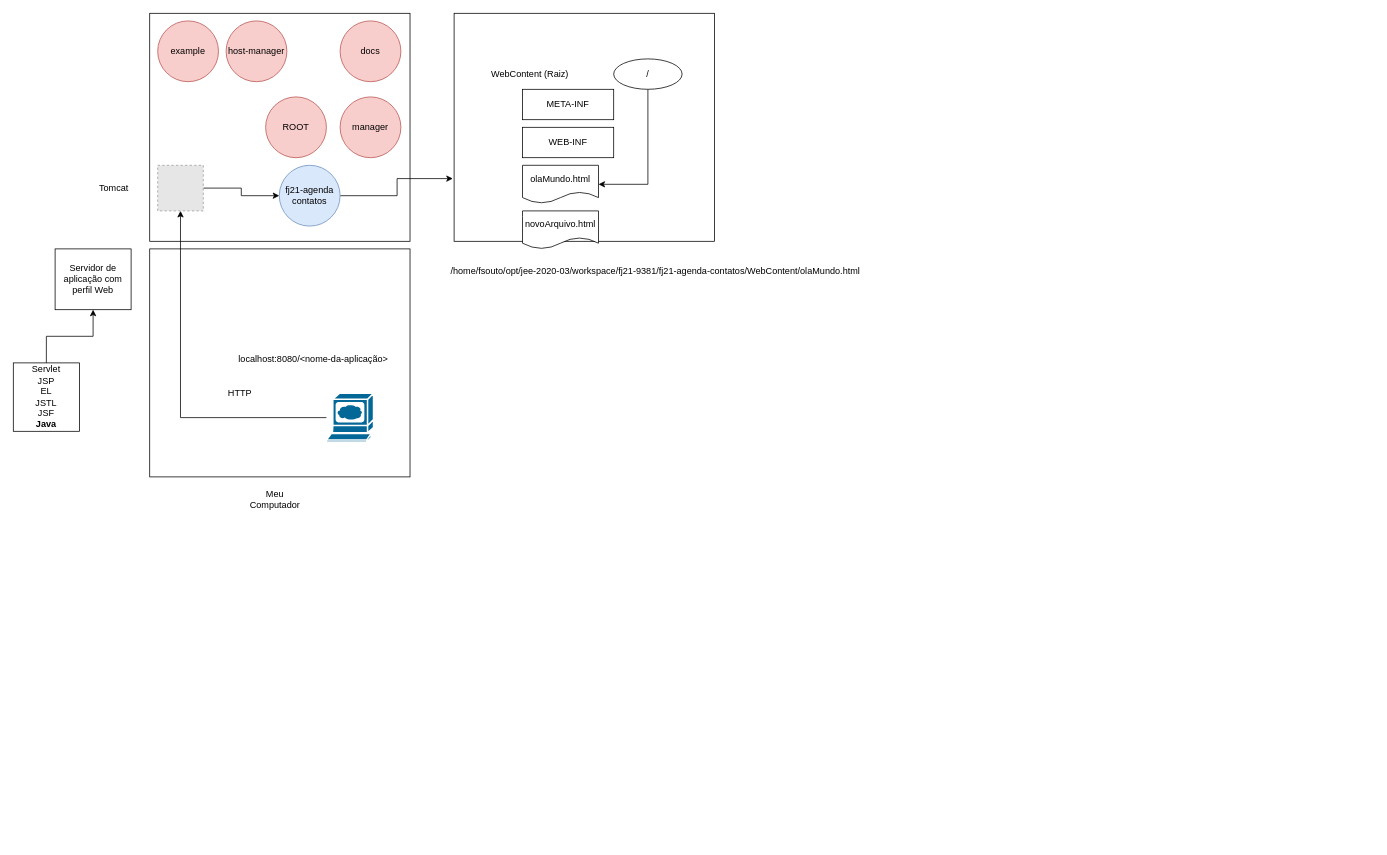
Before: Aula 2 - fj21.drawio in fllsouto/drawio, a draw.io diagram. Source tidied: cells renumbered, new cells numbered last; positions are measured from the earlier drawing's top-left corner, leaving out a move shared by most shapes. Both pictures are drawn from the tidied source at 76%, with x=0, y=0 at pixel (13, 13). Pictures stored in the file or linked from it are replaced by grey dashed boxes.
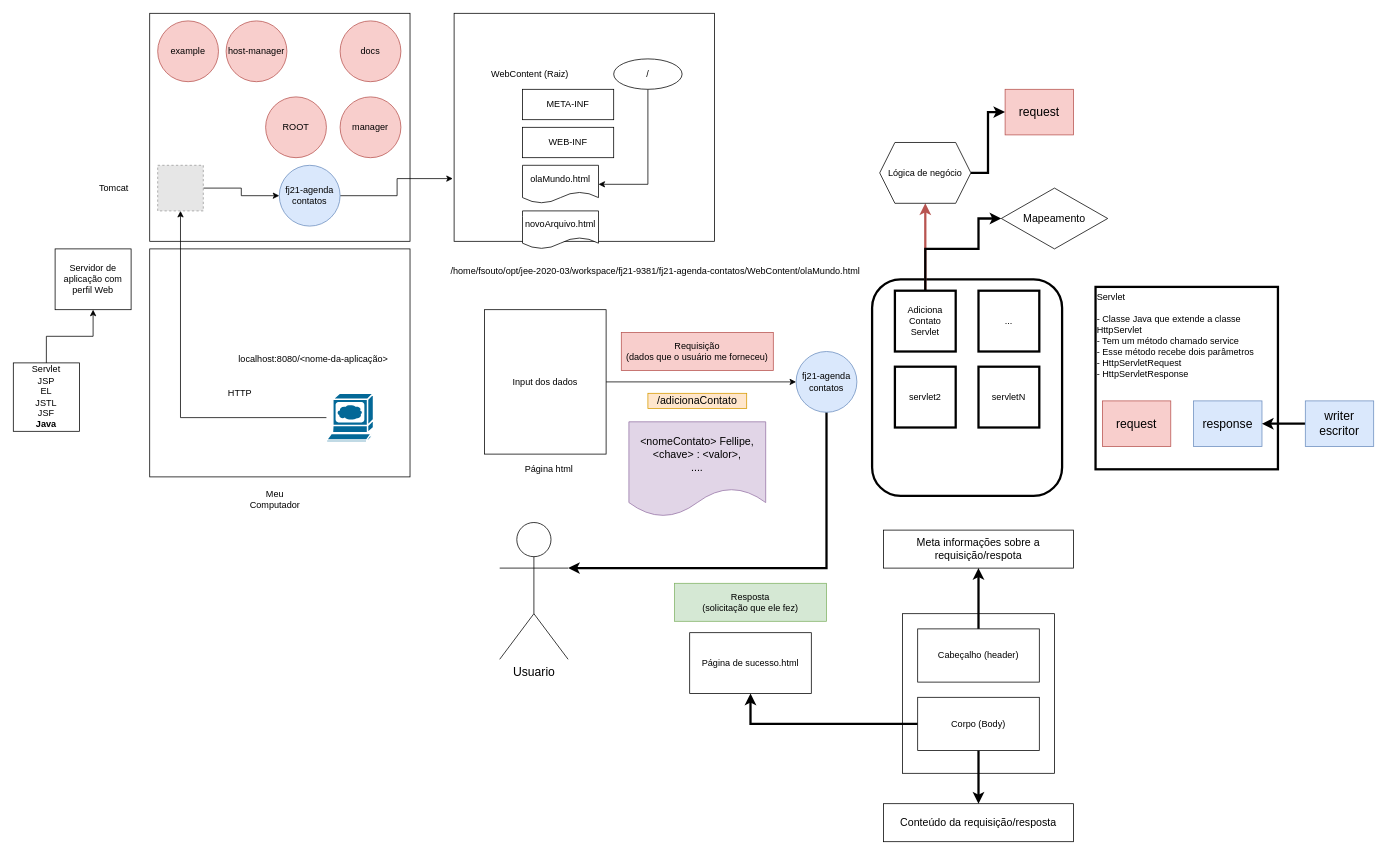
After the change.

Diff of the diagram source:
```diff
@@
+    <mxCell id="31" style="edgeStyle=orthogonalEdgeStyle;rounded=0;jettySize=auto;html=1;" parent="1" edge="1" source="32" target="35">
+      <mxGeometry relative="1" as="geometry" />
+    </mxCell>
+    <mxCell id="32" value="Input dos dados" style="rounded=0;whiteSpace=wrap;html=1;" parent="1" vertex="1">
+      <mxGeometry x="620" y="390" width="160" height="190" as="geometry" />
+    </mxCell>
+    <mxCell id="33" value="Página html&lt;br&gt;" style="text;html=1;strokeColor=none;fillColor=none;align=center;verticalAlign=middle;whiteSpace=wrap;rounded=0;" parent="1" vertex="1">
+      <mxGeometry x="660" y="590" width="90" height="20" as="geometry" />
+    </mxCell>
+    <mxCell id="34" style="edgeStyle=orthogonalEdgeStyle;rounded=0;jettySize=auto;html=1;entryX=1;entryY=0.3333333333333333;entryDx=0;entryDy=0;entryPerimeter=0;strokeWidth=3;fontSize=16;" parent="1" edge="1" source="35" target="49">
+      <mxGeometry relative="1" as="geometry">
+        <Array as="points">
+          <mxPoint x="1070" y="730" />
+        </Array>
+      </mxGeometry>
+    </mxCell>
+    <mxCell id="35" value="fj21-agenda contatos" style="ellipse;whiteSpace=wrap;html=1;fillColor=#dae8fc;strokeColor=#6c8ebf;" parent="1" vertex="1">
+      <mxGeometry x="1030" y="445" width="80" height="80" as="geometry" />
+    </mxCell>
+    <mxCell id="36" value="Requisição&lt;br&gt;(dados que o usuário me forneceu)" style="text;html=1;strokeColor=#b85450;align=center;verticalAlign=middle;whiteSpace=wrap;rounded=0;fillColor=#f8cecc;" parent="1" vertex="1">
+      <mxGeometry x="800" y="420" width="200" height="50" as="geometry" />
+    </mxCell>
+    <mxCell id="37" style="rounded=1;whiteSpace=wrap;html=1;fillColor=none;strokeWidth=3;" parent="1" vertex="1">
+      <mxGeometry x="1130" y="350" width="250" height="285" as="geometry" />
+    </mxCell>
+    <mxCell id="38" style="edgeStyle=orthogonalEdgeStyle;rounded=0;jettySize=auto;html=1;entryX=0.5;entryY=1;entryDx=0;entryDy=0;fillColor=#f8cecc;strokeColor=#b85450;strokeWidth=3;" parent="1" edge="1" source="40" target="45">
+      <mxGeometry relative="1" as="geometry" />
+    </mxCell>
+    <mxCell id="39" style="edgeStyle=orthogonalEdgeStyle;rounded=0;jettySize=auto;html=1;entryX=0;entryY=0.5;entryDx=0;entryDy=0;strokeWidth=3;fontSize=14;" parent="1" edge="1" source="40" target="61">
+      <mxGeometry relative="1" as="geometry">
+        <Array as="points">
+          <mxPoint x="1200" y="310" />
+          <mxPoint x="1270" y="310" />
+          <mxPoint x="1270" y="270" />
+        </Array>
+      </mxGeometry>
+    </mxCell>
+    <mxCell id="40" value="Adiciona&lt;br&gt;Contato&lt;br&gt;Servlet" style="whiteSpace=wrap;html=1;strokeWidth=3;fillColor=none;" parent="1" vertex="1">
+      <mxGeometry x="1160" y="365" width="80" height="80" as="geometry" />
+    </mxCell>
+    <mxCell id="41" value="servlet2" style="whiteSpace=wrap;html=1;strokeWidth=3;fillColor=none;" parent="1" vertex="1">
+      <mxGeometry x="1160" y="465" width="80" height="80" as="geometry" />
+    </mxCell>
+    <mxCell id="42" value="..." style="whiteSpace=wrap;html=1;strokeWidth=3;fillColor=none;" parent="1" vertex="1">
+      <mxGeometry x="1270" y="365" width="80" height="80" as="geometry" />
+    </mxCell>
+    <mxCell id="43" value="servletN" style="whiteSpace=wrap;html=1;strokeWidth=3;fillColor=none;" parent="1" vertex="1">
+      <mxGeometry x="1270" y="465" width="80" height="80" as="geometry" />
+    </mxCell>
+    <mxCell id="44" style="edgeStyle=orthogonalEdgeStyle;rounded=0;jettySize=auto;html=1;entryX=0;entryY=0.5;entryDx=0;entryDy=0;strokeWidth=3;fontSize=14;" parent="1" edge="1" source="45" target="65">
+      <mxGeometry relative="1" as="geometry" />
+    </mxCell>
+    <mxCell id="45" value="Lógica de negócio" style="shape=hexagon;perimeter=hexagonPerimeter2;whiteSpace=wrap;html=1;fixedSize=1;strokeWidth=1;fillColor=none;" parent="1" vertex="1">
+      <mxGeometry x="1140" y="170" width="120" height="80" as="geometry" />
+    </mxCell>
+    <mxCell id="46" value="Servlet&lt;br&gt;&lt;br&gt;- Classe Java que extende a classe HttpServlet&lt;br&gt;- Tem um método chamado service&lt;br&gt;- Esse método recebe dois parâmetros&lt;br&gt;- HttpServletRequest&lt;br&gt;- HttpServletResponse" style="whiteSpace=wrap;html=1;strokeWidth=3;fillColor=none;verticalAlign=top;align=left;" parent="1" vertex="1">
+      <mxGeometry x="1424" y="360" width="240" height="240" as="geometry" />
+    </mxCell>
+    <mxCell id="47" value="request" style="rounded=0;whiteSpace=wrap;html=1;strokeWidth=1;fillColor=#f8cecc;align=center;fontSize=16;strokeColor=#b85450;" parent="1" vertex="1">
+      <mxGeometry x="1433" y="510" width="90" height="60" as="geometry" />
+    </mxCell>
+    <mxCell id="48" value="response" style="rounded=0;whiteSpace=wrap;html=1;strokeWidth=1;fillColor=#dae8fc;align=center;fontSize=16;strokeColor=#6c8ebf;" parent="1" vertex="1">
+      <mxGeometry x="1553" y="510" width="90" height="60" as="geometry" />
+    </mxCell>
+    <mxCell id="49" value="Usuario" style="shape=umlActor;verticalLabelPosition=bottom;verticalAlign=top;html=1;outlineConnect=0;strokeWidth=1;fillColor=#ffffff;fontSize=16;align=center;" parent="1" vertex="1">
+      <mxGeometry x="640" y="670" width="90" height="180" as="geometry" />
+    </mxCell>
+    <mxCell id="50" value="Resposta&lt;br&gt;(solicitação que ele fez)" style="text;html=1;strokeColor=#82b366;align=center;verticalAlign=middle;whiteSpace=wrap;rounded=0;fillColor=#d5e8d4;" parent="1" vertex="1">
+      <mxGeometry x="870" y="750" width="200" height="50" as="geometry" />
+    </mxCell>
+    <mxCell id="51" value="Página de sucesso.html" style="rounded=0;whiteSpace=wrap;html=1;" parent="1" vertex="1">
+      <mxGeometry x="890" y="815" width="160" height="80" as="geometry" />
+    </mxCell>
+    <mxCell id="52" style="rounded=0;whiteSpace=wrap;html=1;strokeWidth=1;fontSize=16;align=left;fillColor=none;" parent="1" vertex="1">
+      <mxGeometry x="1170" y="790" width="200" height="210" as="geometry" />
+    </mxCell>
+    <mxCell id="53" style="edgeStyle=orthogonalEdgeStyle;rounded=0;jettySize=auto;html=1;strokeWidth=3;fontSize=16;" parent="1" edge="1" source="55" target="51">
+      <mxGeometry relative="1" as="geometry" />
+    </mxCell>
+    <mxCell id="54" style="edgeStyle=orthogonalEdgeStyle;rounded=0;jettySize=auto;html=1;entryX=0.5;entryY=0;entryDx=0;entryDy=0;strokeWidth=3;fontSize=14;" parent="1" edge="1" source="55" target="59">
+      <mxGeometry relative="1" as="geometry" />
+    </mxCell>
+    <mxCell id="55" value="Corpo (Body)" style="rounded=0;whiteSpace=wrap;html=1;" parent="1" vertex="1">
+      <mxGeometry x="1190" y="900" width="160" height="70" as="geometry" />
+    </mxCell>
+    <mxCell id="56" style="edgeStyle=orthogonalEdgeStyle;rounded=0;jettySize=auto;html=1;strokeWidth=3;fontSize=16;" parent="1" edge="1" source="57" target="58">
+      <mxGeometry relative="1" as="geometry" />
+    </mxCell>
+    <mxCell id="57" value="Cabeçalho (header)" style="rounded=0;whiteSpace=wrap;html=1;" parent="1" vertex="1">
+      <mxGeometry x="1190" y="810" width="160" height="70" as="geometry" />
+    </mxCell>
+    <mxCell id="58" value="Meta informações sobre a requisição/respota" style="text;html=1;fillColor=none;align=center;verticalAlign=middle;whiteSpace=wrap;rounded=0;fontSize=14;strokeColor=#000000;" parent="1" vertex="1">
+      <mxGeometry x="1145" y="680" width="250" height="50" as="geometry" />
+    </mxCell>
+    <mxCell id="59" value="Conteúdo da requisição/resposta" style="text;html=1;fillColor=none;align=center;verticalAlign=middle;whiteSpace=wrap;rounded=0;fontSize=14;strokeColor=#000000;" parent="1" vertex="1">
+      <mxGeometry x="1145" y="1040" width="250" height="50" as="geometry" />
+    </mxCell>
+    <mxCell id="60" value="/adicionaContato" style="text;html=1;strokeColor=#d79b00;fillColor=#ffe6cc;align=center;verticalAlign=middle;whiteSpace=wrap;rounded=0;fontSize=14;" parent="1" vertex="1">
+      <mxGeometry x="835" y="500" width="130" height="20" as="geometry" />
+    </mxCell>
+    <mxCell id="61" value="Mapeamento" style="rhombus;whiteSpace=wrap;html=1;strokeColor=#000000;strokeWidth=1;fillColor=none;fontSize=14;align=center;" parent="1" vertex="1">
+      <mxGeometry x="1300" y="230" width="140" height="80" as="geometry" />
+    </mxCell>
+    <mxCell id="62" style="edgeStyle=orthogonalEdgeStyle;rounded=0;jettySize=auto;html=1;entryX=1;entryY=0.5;entryDx=0;entryDy=0;strokeWidth=3;fontSize=14;" parent="1" edge="1" source="63" target="48">
+      <mxGeometry relative="1" as="geometry" />
+    </mxCell>
+    <mxCell id="63" value="writer&lt;br&gt;escritor" style="rounded=0;whiteSpace=wrap;html=1;strokeWidth=1;fillColor=#dae8fc;align=center;fontSize=16;strokeColor=#6c8ebf;" parent="1" vertex="1">
+      <mxGeometry x="1700" y="510" width="90" height="60" as="geometry" />
+    </mxCell>
+    <mxCell id="64" value="&amp;lt;nomeContato&amp;gt; Fellipe,&lt;br&gt;&amp;lt;chave&amp;gt; : &amp;lt;valor&amp;gt;,&lt;br&gt;...." style="shape=document;whiteSpace=wrap;html=1;boundedLbl=1;strokeColor=#9673a6;strokeWidth=1;fillColor=#e1d5e7;fontSize=14;align=center;" parent="1" vertex="1">
+      <mxGeometry x="810" y="537.5" width="180" height="125" as="geometry" />
+    </mxCell>
+    <mxCell id="65" value="request" style="rounded=0;whiteSpace=wrap;html=1;strokeWidth=1;fillColor=#f8cecc;align=center;fontSize=16;strokeColor=#b85450;" parent="1" vertex="1">
+      <mxGeometry x="1305" y="100" width="90" height="60" as="geometry" />
+    </mxCell>
```
